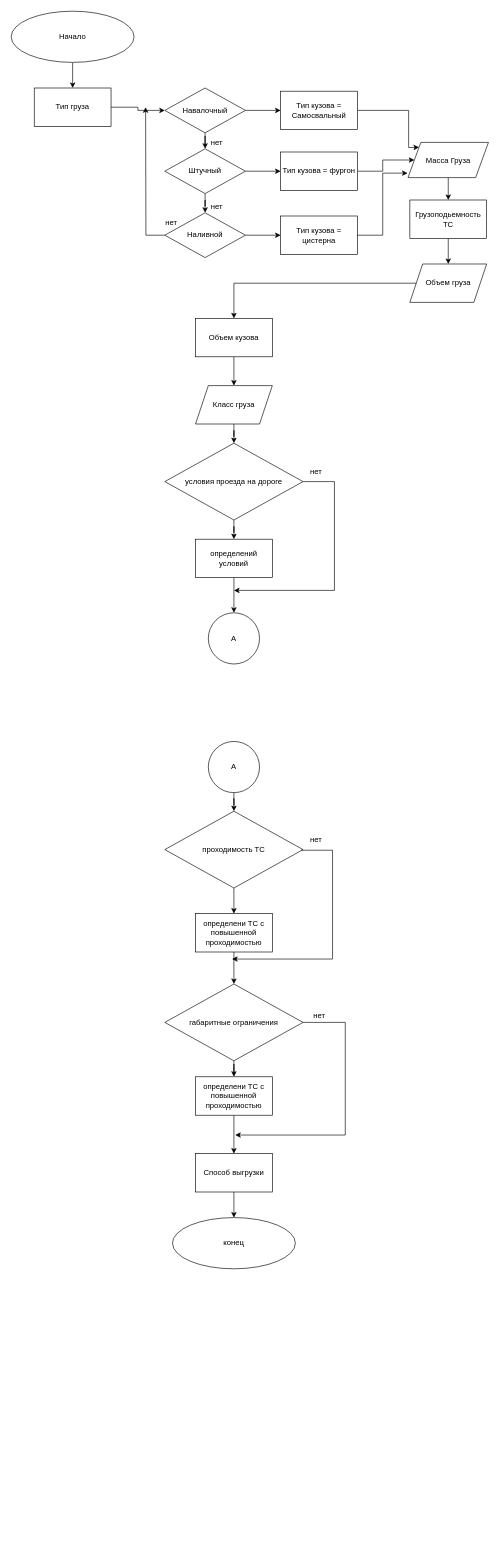
BatyrbekovKk/VPS keeps this draw.io diagram as структурная схема БД.drawio. Above is the earlier version. Source tidied: cells renumbered, new cells numbered last; positions are measured from the earlier drawing's top-left corner, leaving out a move shared by most shapes. Both pictures are drawn from the tidied source at 64%, with x=0, y=0 at pixel (11, 11).
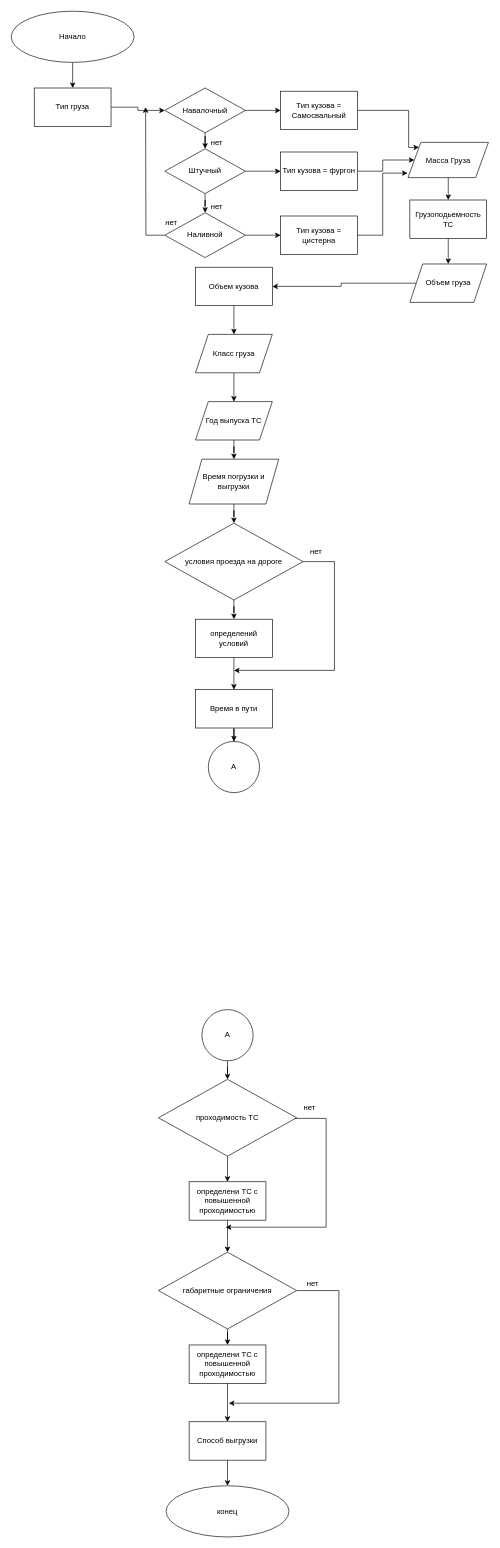
Above is the later version.

The edit, as a diff of the source:
```diff
@@
     <mxCell id="31" value="Объем кузова" style="whiteSpace=wrap;html=1;" parent="1" vertex="1">
-      <mxGeometry x="288" y="480" width="120" height="60" as="geometry" />
+      <mxGeometry x="288" y="400" width="120" height="60" as="geometry" />
     </mxCell>
-    <mxCell id="32" style="edgeStyle=orthogonalEdgeStyle;rounded=0;jettySize=auto;html=1;" parent="1" edge="1" source="33" target="36">
-      <mxGeometry relative="1" as="geometry" />
-    </mxCell>
+    <mxCell id="58" style="edgeStyle=orthogonalEdgeStyle;rounded=0;jettySize=auto;html=1;" parent="1" edge="1" source="33" target="61">
+      <mxGeometry relative="1" as="geometry" />
+    </mxCell>
     <mxCell id="33" value="Класс груза" style="shape=parallelogram;perimeter=parallelogramPerimeter;whiteSpace=wrap;html=1;fixedSize=1;" parent="1" vertex="1">
-      <mxGeometry x="288" y="585" width="120" height="60" as="geometry" />
+      <mxGeometry x="288" y="505" width="120" height="60" as="geometry" />
     </mxCell>
@@
     <mxCell id="35" style="edgeStyle=orthogonalEdgeStyle;rounded=0;jettySize=auto;html=1;" parent="1" edge="1" source="36">
       <mxGeometry relative="1" as="geometry">
-        <mxPoint x="348.1" y="905" as="targetPoint" />
+        <mxPoint x="348.1" y="1030" as="targetPoint" />
         <Array as="points">
-          <mxPoint x="505.1" y="735" />
-          <mxPoint x="505.1" y="905" />
+          <mxPoint x="505.1" y="860" />
+          <mxPoint x="505.1" y="1030" />
         </Array>
       </mxGeometry>
     </mxCell>
     <mxCell id="36" value="условия проезда на дороге" style="rhombus;whiteSpace=wrap;html=1;" parent="1" vertex="1">
-      <mxGeometry x="240" y="675" width="216" height="120" as="geometry" />
+      <mxGeometry x="240" y="800" width="216" height="120" as="geometry" />
     </mxCell>
@@
     <mxCell id="38" value="проходимость ТС" style="rhombus;whiteSpace=wrap;html=1;" parent="1" vertex="1">
-      <mxGeometry x="240" y="1250" width="216" height="120" as="geometry" />
+      <mxGeometry x="230" y="1669" width="216" height="120" as="geometry" />
     </mxCell>
@@
     <mxCell id="40" value="габаритные ограничения" style="rhombus;whiteSpace=wrap;html=1;" parent="1" vertex="1">
-      <mxGeometry x="240" y="1520" width="216" height="120" as="geometry" />
+      <mxGeometry x="230" y="1939" width="216" height="120" as="geometry" />
     </mxCell>
-    <mxCell id="41" style="edgeStyle=orthogonalEdgeStyle;rounded=0;jettySize=auto;html=1;entryX=0.5;entryY=0;entryDx=0;entryDy=0;" parent="1" edge="1" source="42" target="55">
-      <mxGeometry relative="1" as="geometry" />
-    </mxCell>
+    <mxCell id="59" style="edgeStyle=orthogonalEdgeStyle;rounded=0;jettySize=auto;html=1;" parent="1" edge="1" source="42" target="65">
+      <mxGeometry relative="1" as="geometry" />
+    </mxCell>
     <mxCell id="42" value="определений условий" style="whiteSpace=wrap;html=1;" parent="1" vertex="1">
-      <mxGeometry x="288" y="825" width="120" height="60" as="geometry" />
+      <mxGeometry x="288" y="950" width="120" height="60" as="geometry" />
     </mxCell>
@@
     <mxCell id="44" value="определени ТС с повышенной проходимостью" style="whiteSpace=wrap;html=1;" parent="1" vertex="1">
-      <mxGeometry x="288" y="1410" width="120" height="60" as="geometry" />
+      <mxGeometry x="278" y="1829" width="120" height="60" as="geometry" />
     </mxCell>
     <mxCell id="45" value="нет" style="text;html=1;align=center;verticalAlign=middle;strokeColor=none;fillColor=none;" parent="1" vertex="1">
-      <mxGeometry x="456" y="705" width="40" height="30" as="geometry" />
+      <mxGeometry x="456" y="830" width="40" height="30" as="geometry" />
     </mxCell>
     <mxCell id="46" style="edgeStyle=orthogonalEdgeStyle;rounded=0;orthogonalLoop=1;jettySize=auto;html=1;" parent="1" edge="1">
       <mxGeometry relative="1" as="geometry">
-        <mxPoint x="453.1" y="1311" as="sourcePoint" />
-        <mxPoint x="345.1" y="1481" as="targetPoint" />
+        <mxPoint x="443.1" y="1730" as="sourcePoint" />
+        <mxPoint x="335.1" y="1900" as="targetPoint" />
         <Array as="points">
-          <mxPoint x="502.1" y="1311" />
-          <mxPoint x="502.1" y="1481" />
+          <mxPoint x="492.1" y="1730" />
+          <mxPoint x="492.1" y="1900" />
         </Array>
       </mxGeometry>
     </mxCell>
     <mxCell id="47" value="нет" style="text;html=1;align=center;verticalAlign=middle;strokeColor=none;fillColor=none;" parent="1" vertex="1">
-      <mxGeometry x="456" y="1280" width="40" height="30" as="geometry" />
+      <mxGeometry x="446" y="1699" width="40" height="30" as="geometry" />
     </mxCell>
@@
     <mxCell id="49" value="Способ выгрузки" style="whiteSpace=wrap;html=1;" parent="1" vertex="1">
-      <mxGeometry x="288" y="1785" width="120" height="60" as="geometry" />
+      <mxGeometry x="278" y="2204" width="120" height="60" as="geometry" />
     </mxCell>
     <mxCell id="50" value="конец" style="ellipse;whiteSpace=wrap;html=1;" parent="1" vertex="1">
-      <mxGeometry x="252" y="1885" width="192" height="80" as="geometry" />
+      <mxGeometry x="242" y="2304" width="192" height="80" as="geometry" />
     </mxCell>
@@
     <mxCell id="52" value="определени ТС с повышенной проходимостью" style="whiteSpace=wrap;html=1;" parent="1" vertex="1">
-      <mxGeometry x="288" y="1665" width="120" height="60" as="geometry" />
+      <mxGeometry x="278" y="2084" width="120" height="60" as="geometry" />
     </mxCell>
     <mxCell id="53" style="edgeStyle=orthogonalEdgeStyle;rounded=0;jettySize=auto;html=1;exitX=1;exitY=0.5;exitDx=0;exitDy=0;" parent="1" edge="1" source="40">
       <mxGeometry relative="1" as="geometry">
-        <mxPoint x="350" y="1756" as="targetPoint" />
+        <mxPoint x="340" y="2175" as="targetPoint" />
         <Array as="points">
-          <mxPoint x="522" y="1580" />
-          <mxPoint x="522" y="1756" />
+          <mxPoint x="512" y="1999" />
+          <mxPoint x="512" y="2175" />
         </Array>
       </mxGeometry>
     </mxCell>
     <mxCell id="54" value="нет" style="text;html=1;align=center;verticalAlign=middle;strokeColor=none;fillColor=none;" parent="1" vertex="1">
-      <mxGeometry x="461" y="1555" width="40" height="30" as="geometry" />
+      <mxGeometry x="451" y="1974" width="40" height="30" as="geometry" />
     </mxCell>
     <mxCell id="55" value="А" style="ellipse;whiteSpace=wrap;html=1;" parent="1" vertex="1">
-      <mxGeometry x="308" y="940" width="80" height="80" as="geometry" />
+      <mxGeometry x="308" y="1141" width="80" height="80" as="geometry" />
     </mxCell>
@@
     <mxCell id="57" value="А" style="ellipse;whiteSpace=wrap;html=1;" parent="1" vertex="1">
-      <mxGeometry x="308" y="1141" width="80" height="80" as="geometry" />
+      <mxGeometry x="298" y="1560" width="80" height="80" as="geometry" />
     </mxCell>
+    <mxCell id="60" style="edgeStyle=orthogonalEdgeStyle;rounded=0;jettySize=auto;html=1;" parent="1" edge="1" source="61" target="63">
+      <mxGeometry relative="1" as="geometry" />
+    </mxCell>
+    <mxCell id="61" value="Год выпуска ТС" style="shape=parallelogram;perimeter=parallelogramPerimeter;whiteSpace=wrap;html=1;fixedSize=1;" parent="1" vertex="1">
+      <mxGeometry x="288" y="610" width="120" height="60" as="geometry" />
+    </mxCell>
+    <mxCell id="62" style="edgeStyle=orthogonalEdgeStyle;rounded=0;jettySize=auto;html=1;" parent="1" edge="1" source="63" target="36">
+      <mxGeometry relative="1" as="geometry" />
+    </mxCell>
+    <mxCell id="63" value="Время погрузки и выгрузки" style="shape=parallelogram;perimeter=parallelogramPerimeter;whiteSpace=wrap;html=1;fixedSize=1;" parent="1" vertex="1">
+      <mxGeometry x="278" y="700" width="140" height="70" as="geometry" />
+    </mxCell>
+    <mxCell id="64" style="edgeStyle=orthogonalEdgeStyle;rounded=0;jettySize=auto;html=1;" parent="1" edge="1" source="65" target="55">
+      <mxGeometry relative="1" as="geometry" />
+    </mxCell>
+    <mxCell id="65" value="Время в пути" style="whiteSpace=wrap;html=1;" parent="1" vertex="1">
+      <mxGeometry x="288" y="1060" width="120" height="60" as="geometry" />
+    </mxCell>
```
